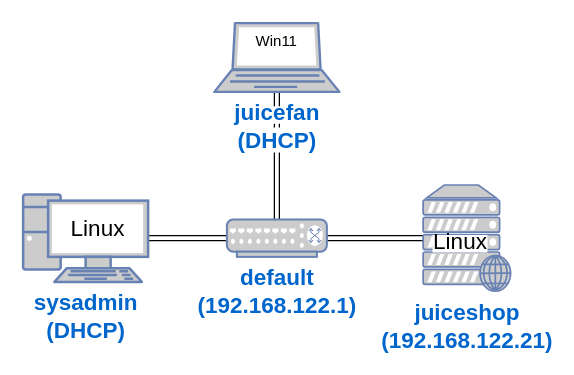
This is content/labs/diagrams/vulnerable-web-app.drawio from bsebhat/bsebhat.github.io, a draw.io file, before an edit. Source tidied: cells renumbered, new cells numbered last; positions are measured from the earlier drawing's top-left corner, leaving out a move shared by most shapes. Both pictures are drawn from the tidied source at 125%, with x=0, y=0 at pixel (22, 22).
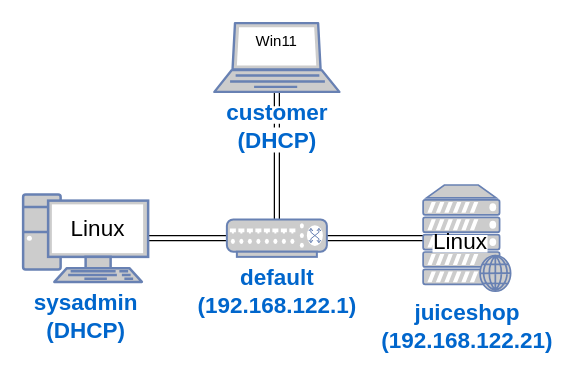
The same diagram, later.

Diff of the diagram source:
```diff
@@
 <mxGraphModel>
   <root>
     <mxCell id="0" />
     <mxCell id="1" parent="0" />
     <mxCell id="2" style="edgeStyle=orthogonalEdgeStyle;shape=link;rounded=0;jettySize=auto;html=1;exitX=0.5;exitY=1;exitDx=0;exitDy=0;exitPerimeter=0;" parent="1" edge="1" source="7" target="5">
       <mxGeometry relative="1" as="geometry" />
     </mxCell>
     <mxCell id="3" style="edgeStyle=orthogonalEdgeStyle;shape=link;rounded=0;jettySize=auto;html=1;exitX=1;exitY=0.5;exitDx=0;exitDy=0;exitPerimeter=0;" parent="1" edge="1" source="5" target="14">
       <mxGeometry relative="1" as="geometry" />
     </mxCell>
     <mxCell id="4" style="edgeStyle=orthogonalEdgeStyle;shape=link;rounded=0;jettySize=auto;html=1;exitX=0;exitY=0.5;exitDx=0;exitDy=0;exitPerimeter=0;" parent="1" edge="1" source="5" target="11">
       <mxGeometry relative="1" as="geometry" />
     </mxCell>
     <mxCell id="5" value="&lt;b&gt;&lt;font style=&quot;font-size: 18px; background-color: rgb(255, 255, 255);&quot;&gt;default&lt;br&gt;(192.168.122.1)&lt;br&gt;&lt;/font&gt;&lt;/b&gt;" style="fontColor=#0066CC;verticalAlign=top;verticalLabelPosition=bottom;labelPosition=center;align=center;html=1;outlineConnect=0;fillColor=#CCCCCC;strokeColor=#6881B3;gradientColor=none;gradientDirection=north;strokeWidth=2;shape=mxgraph.networks.switch;points=[[0,0.5,0,0,0],[0.05,0.05,0,0,0],[0.1,1,0,0,0],[0.5,0,0,0,0],[0.5,1,0,0,0],[0.9,1,0,0,0],[0.95,0.05,0,0,0],[1,0.5,0,0,0]];" parent="1" vertex="1">
       <mxGeometry x="163" y="157" width="80" height="30" as="geometry" />
     </mxCell>
     <mxCell id="6" style="group;" parent="1" vertex="1">
       <mxGeometry x="153" width="100" height="55" as="geometry" />
     </mxCell>
-    <mxCell id="7" value="&lt;span style=&quot;background-color: rgb(255, 255, 255);&quot;&gt;&lt;b&gt;&lt;font style=&quot;font-size: 18px;&quot;&gt;juicefan&lt;br&gt;&lt;/font&gt;&lt;/b&gt;&lt;/span&gt;&lt;b&gt;&lt;font style=&quot;font-size: 18px;&quot;&gt;&lt;span style=&quot;background-color: rgb(255, 255, 255);&quot;&gt;(DHCP)&lt;/span&gt;&lt;br&gt;&lt;/font&gt;&lt;/b&gt;" style="fontColor=#0066CC;verticalAlign=top;verticalLabelPosition=bottom;labelPosition=center;align=center;html=1;outlineConnect=0;fillColor=#CCCCCC;strokeColor=#6881B3;gradientColor=none;gradientDirection=north;strokeWidth=2;shape=mxgraph.networks.laptop;" parent="6" vertex="1">
+    <mxCell id="7" value="&lt;span style=&quot;background-color: rgb(255, 255, 255);&quot;&gt;&lt;b&gt;&lt;font style=&quot;font-size: 18px;&quot;&gt;customer&lt;br&gt;&lt;/font&gt;&lt;/b&gt;&lt;/span&gt;&lt;b&gt;&lt;font style=&quot;font-size: 18px;&quot;&gt;&lt;span style=&quot;background-color: rgb(255, 255, 255);&quot;&gt;(DHCP)&lt;/span&gt;&lt;br&gt;&lt;/font&gt;&lt;/b&gt;" style="fontColor=#0066CC;verticalAlign=top;verticalLabelPosition=bottom;labelPosition=center;align=center;html=1;outlineConnect=0;fillColor=#CCCCCC;strokeColor=#6881B3;gradientColor=none;gradientDirection=north;strokeWidth=2;shape=mxgraph.networks.laptop;" parent="6" vertex="1">
       <mxGeometry width="100" height="55" as="geometry" />
     </mxCell>
     <mxCell id="8" value="Win11" style="text;html=1;strokeColor=none;fillColor=none;align=center;verticalAlign=middle;whiteSpace=wrap;rounded=0;" parent="6" vertex="1">
       <mxGeometry x="20" width="60" height="30" as="geometry" />
     </mxCell>
     <mxCell id="9" style="group;" parent="1" vertex="1">
       <mxGeometry y="137" width="100" height="70" as="geometry" />
     </mxCell>
     <mxCell id="10" style="group;" parent="9" vertex="1">
       <mxGeometry width="100" height="70" as="geometry" />
     </mxCell>
     <mxCell id="11" value="&lt;b style=&quot;border-color: var(--border-color);&quot;&gt;&lt;font style=&quot;border-color: var(--border-color); font-size: 18px;&quot;&gt;sysadmin&lt;br&gt;(DHCP)&lt;br&gt;&lt;/font&gt;&lt;/b&gt;" style="fontColor=#0066CC;verticalAlign=top;verticalLabelPosition=bottom;labelPosition=center;align=center;html=1;outlineConnect=0;fillColor=#CCCCCC;strokeColor=#6881B3;gradientColor=none;gradientDirection=north;strokeWidth=2;shape=mxgraph.networks.pc;" parent="10" vertex="1">
       <mxGeometry width="100" height="70" as="geometry" />
     </mxCell>
     <mxCell id="12" value="&lt;font style=&quot;font-size: 18px;&quot;&gt;Linux&lt;/font&gt;" style="text;html=1;strokeColor=none;fillColor=none;align=center;verticalAlign=middle;whiteSpace=wrap;rounded=0;" parent="10" vertex="1">
       <mxGeometry x="30" y="13" width="60" height="30" as="geometry" />
     </mxCell>
     <mxCell id="13" style="group;" parent="1" vertex="1">
       <mxGeometry x="320" y="129.5" width="70" height="85" as="geometry" />
     </mxCell>
     <mxCell id="14" value="&lt;b&gt;&lt;font style=&quot;font-size: 18px;&quot;&gt;juiceshop&lt;br&gt;(192.168.122.21)&lt;br&gt;&lt;/font&gt;&lt;/b&gt;" style="fontColor=#0066CC;verticalAlign=top;verticalLabelPosition=bottom;labelPosition=center;align=center;html=1;outlineConnect=0;fillColor=#CCCCCC;strokeColor=#6881B3;gradientColor=none;gradientDirection=north;strokeWidth=2;shape=mxgraph.networks.web_server;" parent="13" vertex="1">
       <mxGeometry width="70" height="85" as="geometry" />
     </mxCell>
     <mxCell id="15" value="&lt;span style=&quot;background-color: rgb(255, 255, 255);&quot;&gt;&lt;font style=&quot;font-size: 18px;&quot;&gt;Linux&lt;/font&gt;&lt;/span&gt;" style="text;html=1;strokeColor=none;fillColor=none;align=center;verticalAlign=middle;whiteSpace=wrap;rounded=0;" parent="13" vertex="1">
       <mxGeometry y="30.5" width="60" height="30" as="geometry" />
     </mxCell>
   </root>
 </mxGraphModel>
```
